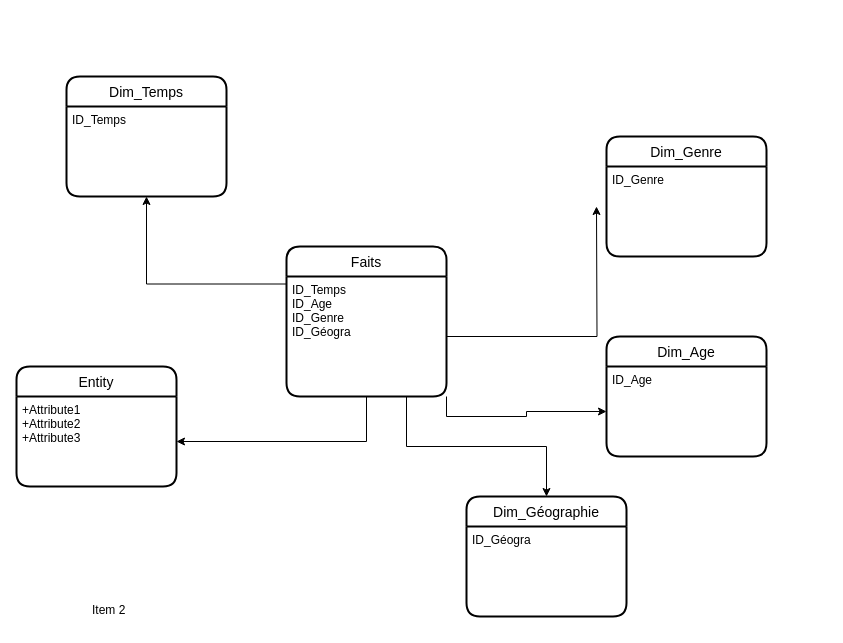
This is Partie_2/Diagramme sans nom.drawio from agossouvo/creez_un_dashboard, a draw.io file, before an edit. Source tidied: cells renumbered, new cells numbered last; positions are measured from the earlier drawing's top-left corner, leaving out a move shared by most shapes. Both pictures are drawn from the tidied source at 100%, with x=0, y=0 at pixel (16, 76).
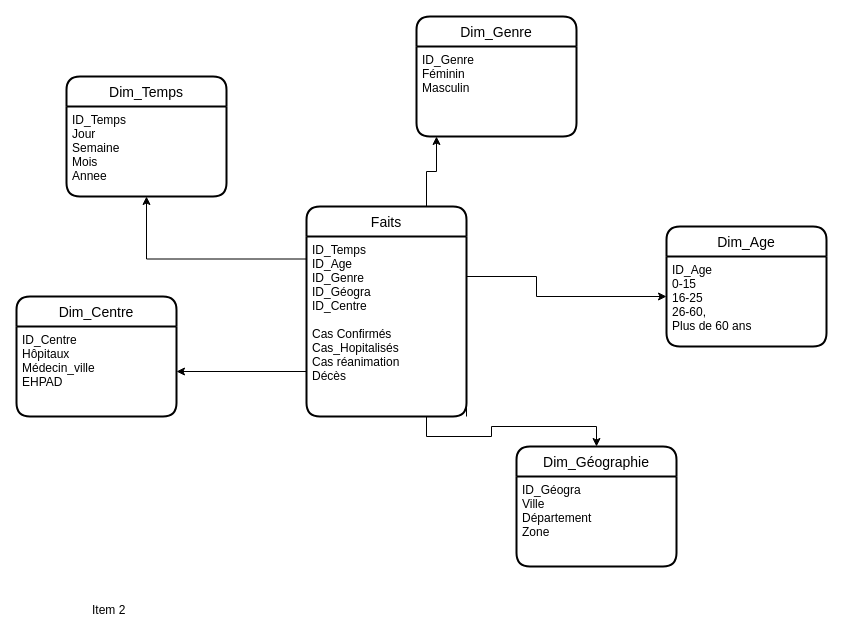
After the change.

Commit message (it also covers changes not shown here):
Mettre à jour Diagramme sans nom.drawio

Unchanged cells that the change refers to:
```xml
<mxCell id="11" value="Dim_Temps" style="swimlane;horizontal=1;startSize=30;rounded=1;fontSize=14;fontStyle=0;strokeWidth=2;shadow=0;dashed=0;align=center;" parent="1" vertex="1">
  <mxGeometry x="50" width="160" height="120" as="geometry" />
</mxCell>
```

Change to the diagram source:
```diff
@@
-    <mxCell id="2" style="edgeStyle=orthogonalEdgeStyle;rounded=0;jettySize=auto;html=1;exitX=0.5;exitY=1;exitDx=0;exitDy=0;" parent="1" edge="1" source="4" target="16">
-      <mxGeometry relative="1" as="geometry" />
-    </mxCell>
@@
+    <mxCell id="20" style="edgeStyle=orthogonalEdgeStyle;rounded=0;jettySize=auto;html=1;exitX=0.75;exitY=0;exitDx=0;exitDy=0;entryX=0.125;entryY=1;entryDx=0;entryDy=0;entryPerimeter=0;" parent="1" edge="1" source="4" target="8">
+      <mxGeometry relative="1" as="geometry" />
+    </mxCell>
     <mxCell id="4" value="Faits" style="swimlane;horizontal=1;startSize=30;rounded=1;fontSize=14;fontStyle=0;strokeWidth=2;shadow=0;dashed=0;align=center;" parent="1" vertex="1">
-      <mxGeometry x="270" y="170" width="160" height="150" as="geometry" />
+      <mxGeometry x="290" y="130" width="160" height="210" as="geometry" />
     </mxCell>
-    <mxCell id="5" value="ID_Temps&#10;ID_Age&#10;ID_Genre&#10;ID_Géogra&#10;" style="align=left;strokeColor=none;fillColor=none;spacingLeft=4;fontSize=12;verticalAlign=top;" parent="4" vertex="1">
-      <mxGeometry y="30" width="160" height="120" as="geometry" />
+    <mxCell id="5" value="ID_Temps&#10;ID_Age&#10;ID_Genre&#10;ID_Géogra&#10;ID_Centre&#10;&#10;Cas Confirmés&#10;Cas_Hopitalisés&#10;Cas réanimation&#10;Décès&#10;&#10;&#10;&#10;&#10;" style="align=left;strokeColor=none;fillColor=none;spacingLeft=4;fontSize=12;verticalAlign=top;" parent="4" vertex="1">
+      <mxGeometry y="30" width="160" height="180" as="geometry" />
     </mxCell>
@@
     <mxCell id="7" value="Dim_Genre" style="swimlane;horizontal=1;startSize=30;rounded=1;fontSize=14;fontStyle=0;strokeWidth=2;shadow=0;dashed=0;align=center;" parent="1" vertex="1">
-      <mxGeometry x="590" y="60" width="160" height="120" as="geometry" />
+      <mxGeometry x="400" y="-60" width="160" height="120" as="geometry" />
     </mxCell>
-    <mxCell id="8" value="ID_Genre" style="align=left;strokeColor=none;fillColor=none;spacingLeft=4;fontSize=12;verticalAlign=top;" parent="7" vertex="1">
+    <mxCell id="8" value="ID_Genre&#10;Féminin&#10;Masculin&#10;" style="align=left;strokeColor=none;fillColor=none;spacingLeft=4;fontSize=12;verticalAlign=top;" parent="7" vertex="1">
       <mxGeometry y="30" width="160" height="90" as="geometry" />
     </mxCell>
     <mxCell id="9" value="Dim_Géographie" style="swimlane;horizontal=1;startSize=30;rounded=1;fontSize=14;fontStyle=0;strokeWidth=2;shadow=0;dashed=0;align=center;" parent="1" vertex="1">
-      <mxGeometry x="450" y="420" width="160" height="120" as="geometry" />
+      <mxGeometry x="500" y="370" width="160" height="120" as="geometry" />
     </mxCell>
-    <mxCell id="10" value="ID_Géogra&#10;" style="align=left;strokeColor=none;fillColor=none;spacingLeft=4;fontSize=12;verticalAlign=top;" parent="9" vertex="1">
+    <mxCell id="10" value="ID_Géogra&#10;Ville&#10;Département&#10;Zone&#10;&#10;" style="align=left;strokeColor=none;fillColor=none;spacingLeft=4;fontSize=12;verticalAlign=top;" parent="9" vertex="1">
       <mxGeometry y="30" width="160" height="90" as="geometry" />
     </mxCell>
@@
-    <mxCell id="12" value="ID_Temps&#10;" style="align=left;strokeColor=none;fillColor=none;spacingLeft=4;fontSize=12;verticalAlign=top;" parent="11" vertex="1">
+    <mxCell id="12" value="ID_Temps&#10;Jour&#10;Semaine&#10;Mois&#10;Annee&#10;" style="align=left;strokeColor=none;fillColor=none;spacingLeft=4;fontSize=12;verticalAlign=top;" parent="11" vertex="1">
       <mxGeometry y="30" width="160" height="90" as="geometry" />
     </mxCell>
     <mxCell id="13" value="Dim_Age" style="swimlane;horizontal=1;startSize=30;rounded=1;fontSize=14;fontStyle=0;strokeWidth=2;shadow=0;dashed=0;align=center;" parent="1" vertex="1">
-      <mxGeometry x="590" y="260" width="160" height="120" as="geometry" />
+      <mxGeometry x="650" y="150" width="160" height="120" as="geometry" />
     </mxCell>
-    <mxCell id="14" value="ID_Age" style="align=left;strokeColor=none;fillColor=none;spacingLeft=4;fontSize=12;verticalAlign=top;" parent="13" vertex="1">
+    <mxCell id="14" value="ID_Age&#10;0-15&#10; 16-25&#10; 26-60,&#10;Plus de 60 ans" style="align=left;strokeColor=none;fillColor=none;spacingLeft=4;fontSize=12;verticalAlign=top;" parent="13" vertex="1">
       <mxGeometry y="30" width="160" height="90" as="geometry" />
     </mxCell>
-    <mxCell id="15" value="Entity" style="swimlane;horizontal=1;startSize=30;rounded=1;fontSize=14;fontStyle=0;strokeWidth=2;shadow=0;dashed=0;align=center;" parent="1" vertex="1">
-      <mxGeometry y="290" width="160" height="120" as="geometry" />
+    <mxCell id="15" value="Dim_Centre" style="swimlane;horizontal=1;startSize=30;rounded=1;fontSize=14;fontStyle=0;strokeWidth=2;shadow=0;dashed=0;align=center;" parent="1" vertex="1">
+      <mxGeometry y="220" width="160" height="120" as="geometry" />
     </mxCell>
-    <mxCell id="16" value="+Attribute1&#10;+Attribute2&#10;+Attribute3" style="align=left;strokeColor=none;fillColor=none;spacingLeft=4;fontSize=12;verticalAlign=top;" parent="15" vertex="1">
+    <mxCell id="16" value="ID_Centre&#10;Hôpitaux&#10;Médecin_ville&#10;EHPAD&#10;&#10;" style="align=left;strokeColor=none;fillColor=none;spacingLeft=4;fontSize=12;verticalAlign=top;" parent="15" vertex="1">
       <mxGeometry y="30" width="160" height="90" as="geometry" />
     </mxCell>
-    <mxCell id="17" style="edgeStyle=orthogonalEdgeStyle;rounded=0;jettySize=auto;html=1;exitX=1;exitY=0.5;exitDx=0;exitDy=0;" parent="1" edge="1" source="5">
-      <mxGeometry relative="1" as="geometry">
-        <mxPoint x="580" y="130" as="targetPoint" />
-      </mxGeometry>
-    </mxCell>
     <mxCell id="18" style="edgeStyle=orthogonalEdgeStyle;rounded=0;jettySize=auto;html=1;exitX=1;exitY=1;exitDx=0;exitDy=0;" parent="1" edge="1" source="5" target="14">
-      <mxGeometry relative="1" as="geometry" />
+      <mxGeometry relative="1" as="geometry">
+        <Array as="points">
+          <mxPoint x="450" y="200" />
+          <mxPoint x="520" y="200" />
+          <mxPoint x="520" y="220" />
+        </Array>
+      </mxGeometry>
     </mxCell>
@@
+    <mxCell id="21" style="edgeStyle=orthogonalEdgeStyle;rounded=0;jettySize=auto;html=1;exitX=0;exitY=0.75;exitDx=0;exitDy=0;" parent="1" edge="1" source="5" target="16">
+      <mxGeometry relative="1" as="geometry" />
+    </mxCell>
```
